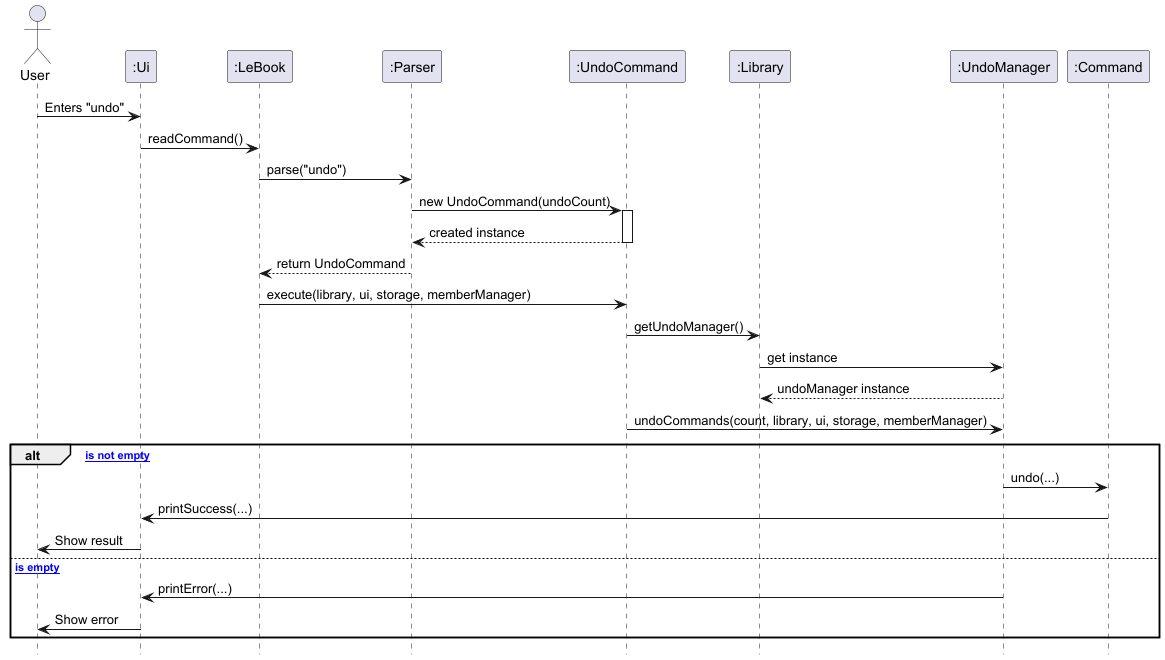
Before: docs/images/UndoCommandSequence.png, a diagram exported from PlantUML (eth4n22/tp). The source it was exported from:
```plantuml
@startuml

hide footbox
skinparam classAttributeIconSize 0

actor User

participant ":Ui"
participant ":LeBook"
participant ":Parser"
participant ":UndoCommand"
participant ":Library"
participant ":UndoManager"
participant ":Command"

User -> ":Ui" : Enters "undo"
":Ui" -> ":LeBook" : readCommand()

":LeBook" -> ":Parser" : parse("undo")
":Parser" -> ":UndoCommand" : new UndoCommand(undoCount)
activate ":UndoCommand"
":UndoCommand" --> ":Parser" : created instance
deactivate ":UndoCommand"
":Parser" --> ":LeBook" : return UndoCommand

":LeBook" -> ":UndoCommand" : execute(library, ui, storage, memberManager)
":UndoCommand" -> ":Library" : getUndoManager()
":Library" -> ":UndoManager" : get instance
":UndoManager" --> ":Library" : undoManager instance

":UndoCommand" -> ":UndoManager" : undoCommands(count, library, ui, storage, memberManager)

alt [commandHistory is not empty]
    ":UndoManager" -> ":Command" : undo(...)
    ":Command" -> ":Ui" : printSuccess(...)
    ":Ui" -> User : Show result
else [commandHistory is empty]
    ":UndoManager" -> ":Ui" : printError(...)
    ":Ui" -> User : Show error
end

@enduml
```
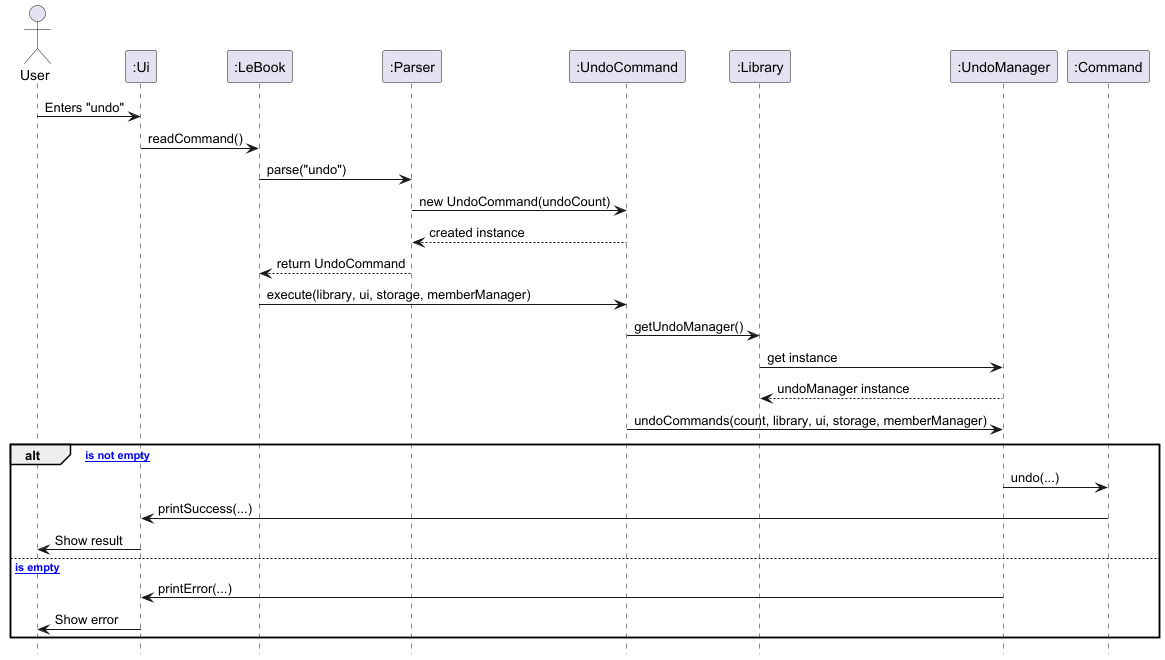
Above is the later version.

The edit, as a diff of the source:
```diff
@@ -18,9 +18,7 @@
 
 ":LeBook" -> ":Parser" : parse("undo")
 ":Parser" -> ":UndoCommand" : new UndoCommand(undoCount)
-activate ":UndoCommand"
 ":UndoCommand" --> ":Parser" : created instance
-deactivate ":UndoCommand"
 ":Parser" --> ":LeBook" : return UndoCommand
 
 ":LeBook" -> ":UndoCommand" : execute(library, ui, storage, memberManager)
```
